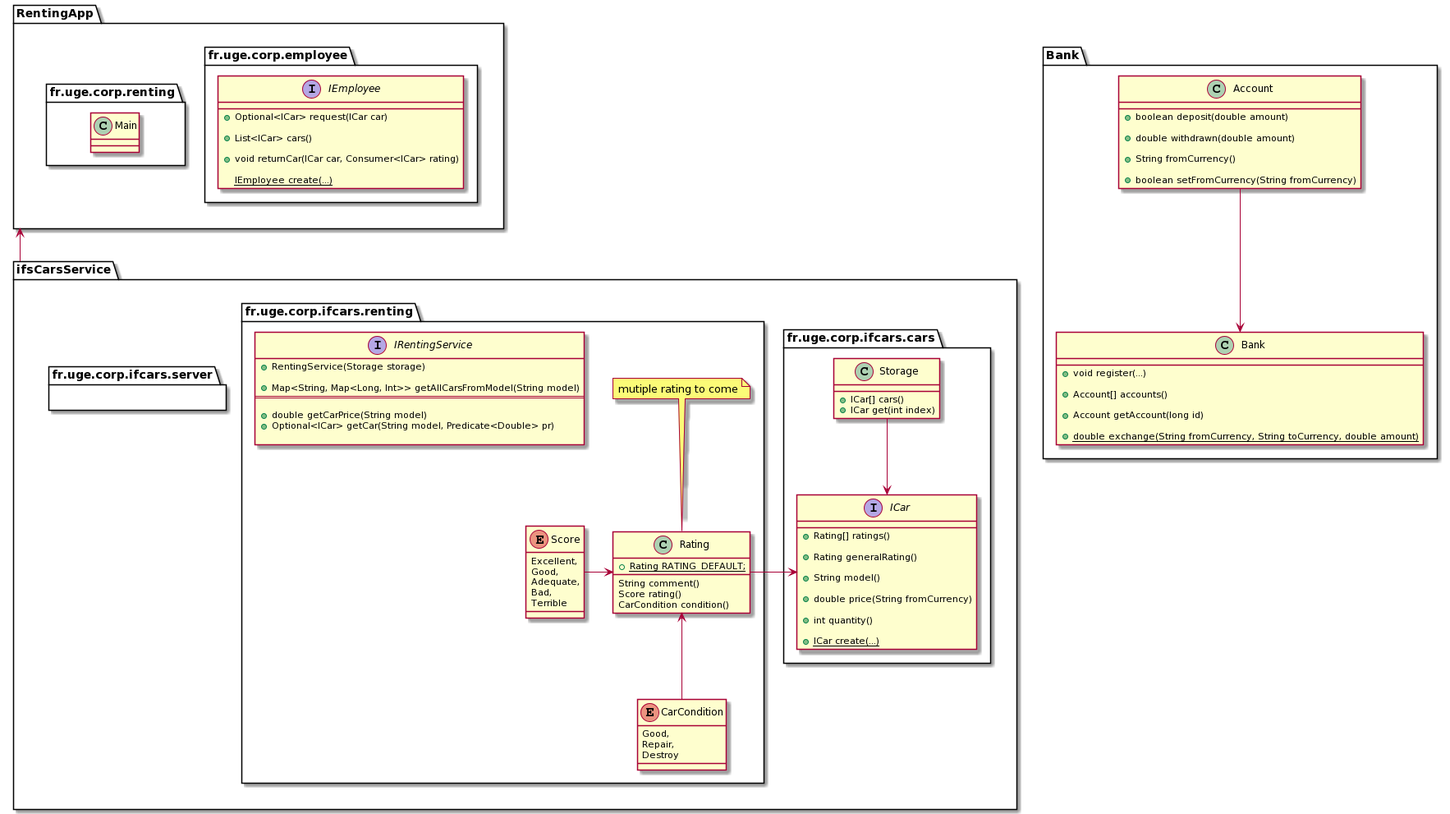
This is Images/UML.png from alopesmendes/Services-Web, a PlantUML export, as it was before one commit. Source of this version:
```plantuml
@startuml
package RentingApp {
    package fr.uge.corp.employee {
        interface IEmployee {
            +Optional<ICar> request(ICar car)

            +List<ICar> cars()

            +void returnCar(ICar car, Consumer<ICar> rating)

            {static} IEmployee create(...)
        }
    }

    package fr.uge.corp.renting {
        class Main {}
    }
}

package Bank {
    class Account {
        +boolean deposit(double amount)

        +double withdrawn(double amount)

        +String fromCurrency()

        +boolean setFromCurrency(String fromCurrency)
    }

    class Bank {
        +void register(...)

        +Account[] accounts()

        +Account getAccount(long id)

        +{static} double exchange(String fromCurrency, String toCurrency, double amount)

    }

    Account --> Bank
}

package ifsCarsService {
    package fr.uge.corp.ifcars.cars {

        interface ICar {
            +Rating[] ratings()

            +Rating generalRating()

            +String model()

            +double price(String fromCurrency)

            +int quantity()

            +{static} ICar create(...)
        }

        class Storage {
            +ICar[] cars()
            +ICar get(int index)
        }

        Storage -down-> ICar
    }

    package fr.uge.corp.ifcars.renting {
        enum CarCondition {
            Good,
            Repair,
            Destroy
        }

        enum Score {
            Excellent,
            Good,
            Adequate,
            Bad,
            Terrible
        }

        note top of Rating : mutiple rating to come
        class Rating {
            String comment()
            Score rating()
            CarCondition condition()

            +{static} Rating RATING_DEFAULT;

        }

        interface IRentingService {
            +RentingService(Storage storage)

            +Map<String, Map<Long, Int>> getAllCarsFromModel(String model)
            ==

            +double getCarPrice(String model)
            +Optional<ICar> getCar(String model, Predicate<Double> pr)

        }

        CarCondition -up-> Rating
        Score -right--> Rating
        Rating -right--> ICar
    }

    package fr.uge.corp.ifcars.server {
        class Main {}
    }


}


RentingApp <-up- ifsCarsService
@enduml
```
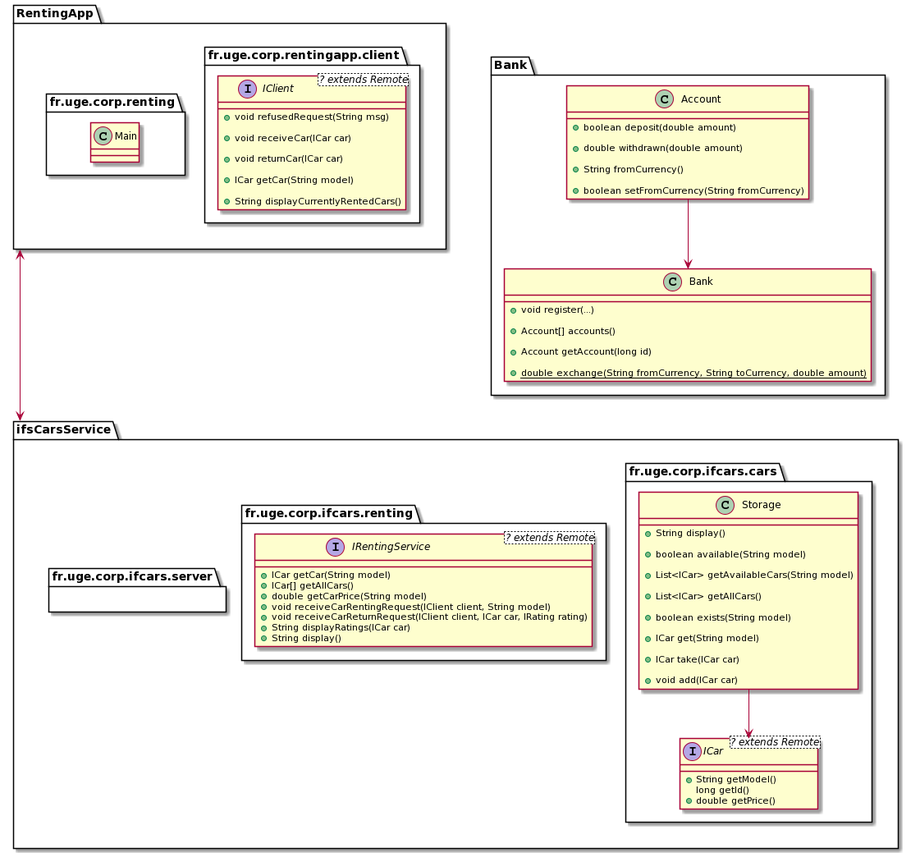
The same diagram one commit later.

The edit, as a diff of the source:
```diff
@@ -1,14 +1,16 @@
 @startuml
 package RentingApp {
-    package fr.uge.corp.employee {
-        interface IEmployee {
-            +Optional<ICar> request(ICar car)
+    package fr.uge.corp.rentingapp.client {
+        interface IClient<? extends Remote> {
+            +void refusedRequest(String msg)
 
-            +List<ICar> cars()
+	        +void receiveCar(ICar car)
 
-            +void returnCar(ICar car, Consumer<ICar> rating)
+	        +void returnCar(ICar car)
 
-            {static} IEmployee create(...)
+	        +ICar getCar(String model)
+
+	        +String displayCurrentlyRentedCars()
         }
     }
 
@@ -45,67 +47,54 @@
 package ifsCarsService {
     package fr.uge.corp.ifcars.cars {
 
-        interface ICar {
-            +Rating[] ratings()
+        interface ICar<? extends Remote>  {
 
-            +Rating generalRating()
 
-            +String model()
+            +String getModel()
 
-            +double price(String fromCurrency)
+            long getId()
 
-            +int quantity()
+            +double getPrice()
 
-            +{static} ICar create(...)
+
         }
 
         class Storage {
-            +ICar[] cars()
-            +ICar get(int index)
+            +String display()
+
+            +boolean available(String model)
+
+            +List<ICar> getAvailableCars(String model)
+
+            +List<ICar> getAllCars()
+
+            +boolean exists(String model)
+
+            +ICar get(String model)
+
+            +ICar take(ICar car)
+
+            +void add(ICar car)
         }
 
         Storage -down-> ICar
     }
 
     package fr.uge.corp.ifcars.renting {
-        enum CarCondition {
-            Good,
-            Repair,
-            Destroy
-        }
 
-        enum Score {
-            Excellent,
-            Good,
-            Adequate,
-            Bad,
-            Terrible
-        }
+        interface IRentingService<? extends Remote> {
 
-        note top of Rating : mutiple rating to come
-        class Rating {
-            String comment()
-            Score rating()
-            CarCondition condition()
-
-            +{static} Rating RATING_DEFAULT;
+            +ICar getCar(String model)
+            +ICar[] getAllCars()
+            +double getCarPrice(String model)
+            +void receiveCarRentingRequest(IClient client, String model)
+            +void receiveCarReturnRequest(IClient client, ICar car, IRating rating)
+            +String displayRatings(ICar car)
+            +String display()
 
         }
 
-        interface IRentingService {
-            +RentingService(Storage storage)
 
-            +Map<String, Map<Long, Int>> getAllCarsFromModel(String model)
-            ==
-
-            +double getCarPrice(String model)
-            +Optional<ICar> getCar(String model, Predicate<Double> pr)
-
-        }
-
-        CarCondition -up-> Rating
-        Score -right--> Rating
-        Rating -right--> ICar
     }
 
     package fr.uge.corp.ifcars.server {
@@ -116,5 +105,5 @@
 }
 
 
-RentingApp <-up- ifsCarsService
+RentingApp <---> ifsCarsService
 @enduml
```
